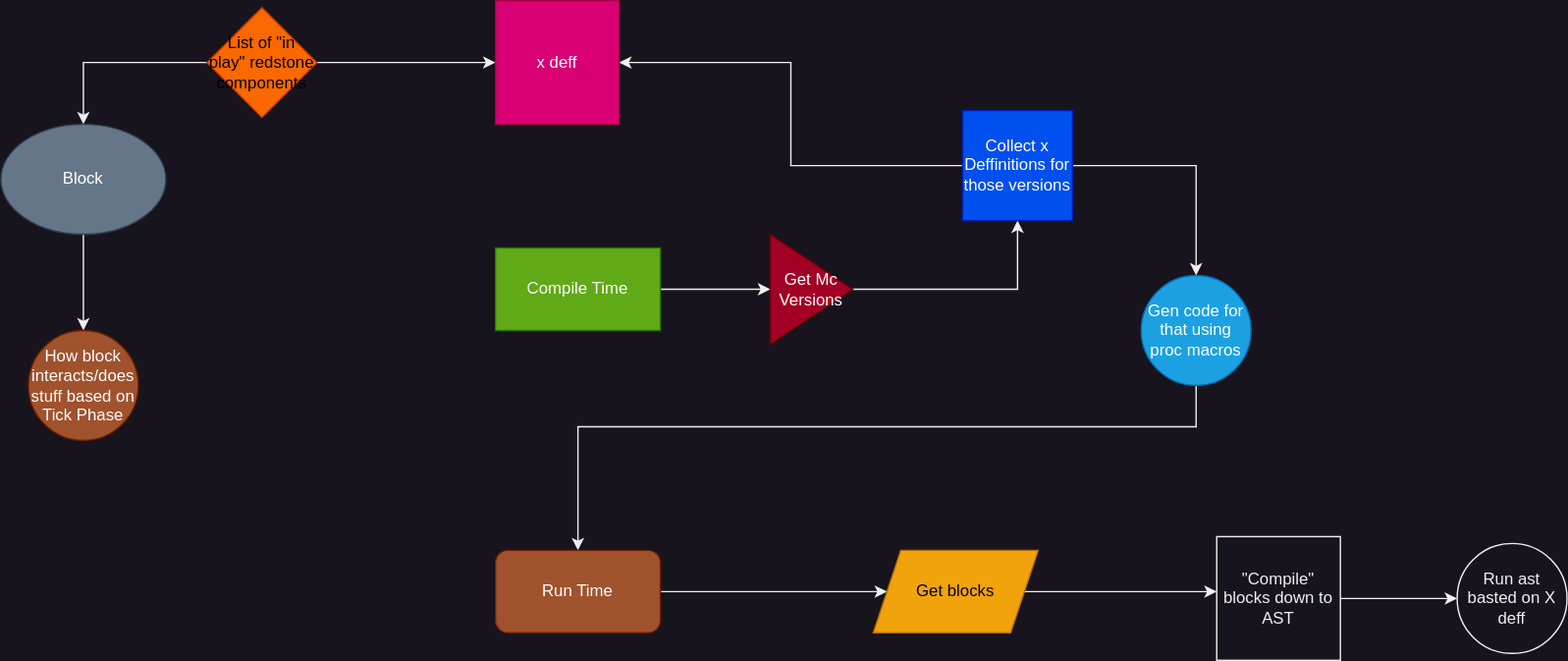
This is Structure.drawio.svg from YummyOreo/red-phosphorus, a draw.io export, as it was before one commit. Source tidied: cells renumbered, new cells last; positions are measured from the earlier drawing's top-left corner, leaving out a move shared by most shapes.
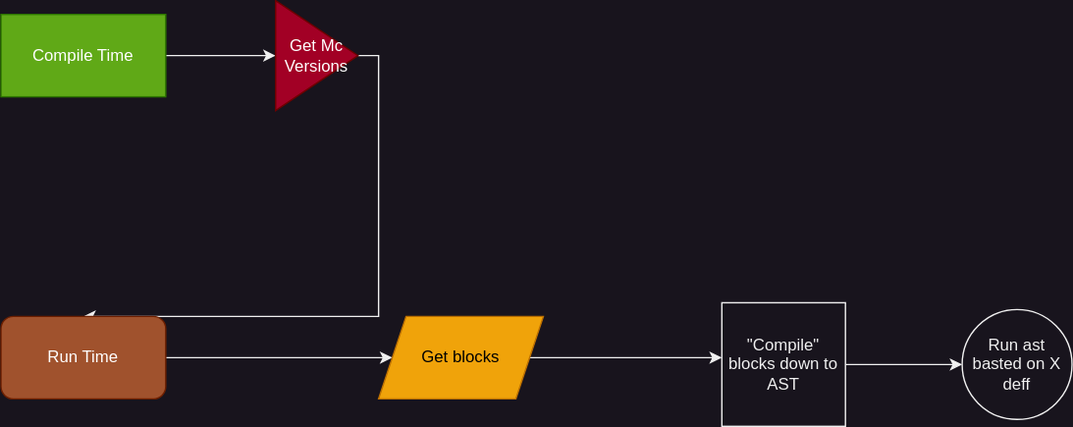
Above is the later version.

Commit message:
rethinks how components work (#22)

Diff of the diagram source:
```diff
@@ -8,57 +8,17 @@
     <mxCell id="3" value="Compile Time" style="rounded=0;whiteSpace=wrap;html=1;fillColor=#60a917;fontColor=#ffffff;strokeColor=#2D7600;" parent="1" vertex="1">
       <mxGeometry x="360" y="180" width="120" height="60" as="geometry" />
     </mxCell>
-    <mxCell id="4" style="edgeStyle=orthogonalEdgeStyle;rounded=0;jettySize=auto;html=1;" parent="1" edge="1" source="5">
-      <mxGeometry relative="1" as="geometry">
-        <mxPoint x="740" y="160" as="targetPoint" />
-      </mxGeometry>
-    </mxCell>
+    <mxCell id="25" style="edgeStyle=orthogonalEdgeStyle;rounded=0;jettySize=auto;html=1;entryX=0.5;entryY=0;entryDx=0;entryDy=0;" parent="1" edge="1" source="5" target="19">
+      <mxGeometry relative="1" as="geometry">
+        <Array as="points">
+          <mxPoint x="635" y="210" />
+          <mxPoint x="635" y="400" />
+        </Array>
+      </mxGeometry>
+    </mxCell>
     <mxCell id="5" value="Get Mc Versions" style="triangle;whiteSpace=wrap;html=1;fillColor=#a20025;fontColor=#ffffff;strokeColor=#6F0000;" parent="1" vertex="1">
       <mxGeometry x="560" y="170" width="60" height="80" as="geometry" />
     </mxCell>
-    <mxCell id="6" style="edgeStyle=orthogonalEdgeStyle;rounded=0;jettySize=auto;html=1;" parent="1" edge="1" source="8">
-      <mxGeometry relative="1" as="geometry">
-        <mxPoint x="870" y="200" as="targetPoint" />
-      </mxGeometry>
-    </mxCell>
-    <mxCell id="7" style="edgeStyle=orthogonalEdgeStyle;rounded=0;jettySize=auto;html=1;entryX=1;entryY=0.5;entryDx=0;entryDy=0;" parent="1" edge="1" source="8" target="11">
-      <mxGeometry relative="1" as="geometry" />
-    </mxCell>
-    <mxCell id="8" value="Collect x Deffinitions for those versions" style="whiteSpace=wrap;html=1;fillColor=#0050ef;fontColor=#ffffff;strokeColor=#001DBC;" parent="1" vertex="1">
-      <mxGeometry x="700" y="80" width="80" height="80" as="geometry" />
-    </mxCell>
-    <mxCell id="9" style="edgeStyle=orthogonalEdgeStyle;rounded=0;jettySize=auto;html=1;" parent="1" edge="1" source="10" target="19">
-      <mxGeometry relative="1" as="geometry">
-        <Array as="points">
-          <mxPoint x="870" y="310" />
-          <mxPoint x="420" y="310" />
-        </Array>
-      </mxGeometry>
-    </mxCell>
-    <mxCell id="10" value="Gen code for that using proc macros" style="ellipse;whiteSpace=wrap;html=1;fillColor=#1ba1e2;fontColor=#ffffff;strokeColor=#006EAF;" parent="1" vertex="1">
-      <mxGeometry x="830" y="200" width="80" height="80" as="geometry" />
-    </mxCell>
-    <mxCell id="11" value="x deff" style="whiteSpace=wrap;html=1;fillColor=#d80073;fontColor=#ffffff;strokeColor=#A50040;" parent="1" vertex="1">
-      <mxGeometry x="360" width="90" height="90" as="geometry" />
-    </mxCell>
-    <mxCell id="12" style="edgeStyle=orthogonalEdgeStyle;rounded=0;jettySize=auto;html=1;entryX=0;entryY=0.5;entryDx=0;entryDy=0;" parent="1" edge="1" source="14" target="11">
-      <mxGeometry relative="1" as="geometry" />
-    </mxCell>
-    <mxCell id="13" style="edgeStyle=orthogonalEdgeStyle;rounded=0;jettySize=auto;html=1;entryX=0.5;entryY=0;entryDx=0;entryDy=0;" parent="1" edge="1" source="14" target="16">
-      <mxGeometry relative="1" as="geometry" />
-    </mxCell>
-    <mxCell id="14" value="List of &quot;in play&quot; redstone components" style="rhombus;whiteSpace=wrap;html=1;fillColor=#fa6800;fontColor=#000000;strokeColor=#C73500;" parent="1" vertex="1">
-      <mxGeometry x="150" y="5" width="80" height="80" as="geometry" />
-    </mxCell>
-    <mxCell id="15" style="edgeStyle=orthogonalEdgeStyle;rounded=0;jettySize=auto;html=1;" parent="1" edge="1" source="16" target="17">
-      <mxGeometry relative="1" as="geometry" />
-    </mxCell>
-    <mxCell id="16" value="Block" style="ellipse;whiteSpace=wrap;html=1;fillColor=#647687;fontColor=#ffffff;strokeColor=#314354;" parent="1" vertex="1">
-      <mxGeometry y="90" width="120" height="80" as="geometry" />
-    </mxCell>
-    <mxCell id="17" value="How block interacts/does stuff based on Tick Phase" style="ellipse;whiteSpace=wrap;html=1;fillColor=#a0522d;fontColor=#ffffff;strokeColor=#6D1F00;" parent="1" vertex="1">
-      <mxGeometry x="20" y="240" width="80" height="80" as="geometry" />
-    </mxCell>
     <mxCell id="18" style="edgeStyle=orthogonalEdgeStyle;rounded=0;jettySize=auto;html=1;" parent="1" edge="1" source="19">
       <mxGeometry relative="1" as="geometry">
         <mxPoint x="645" y="430" as="targetPoint" />
```
